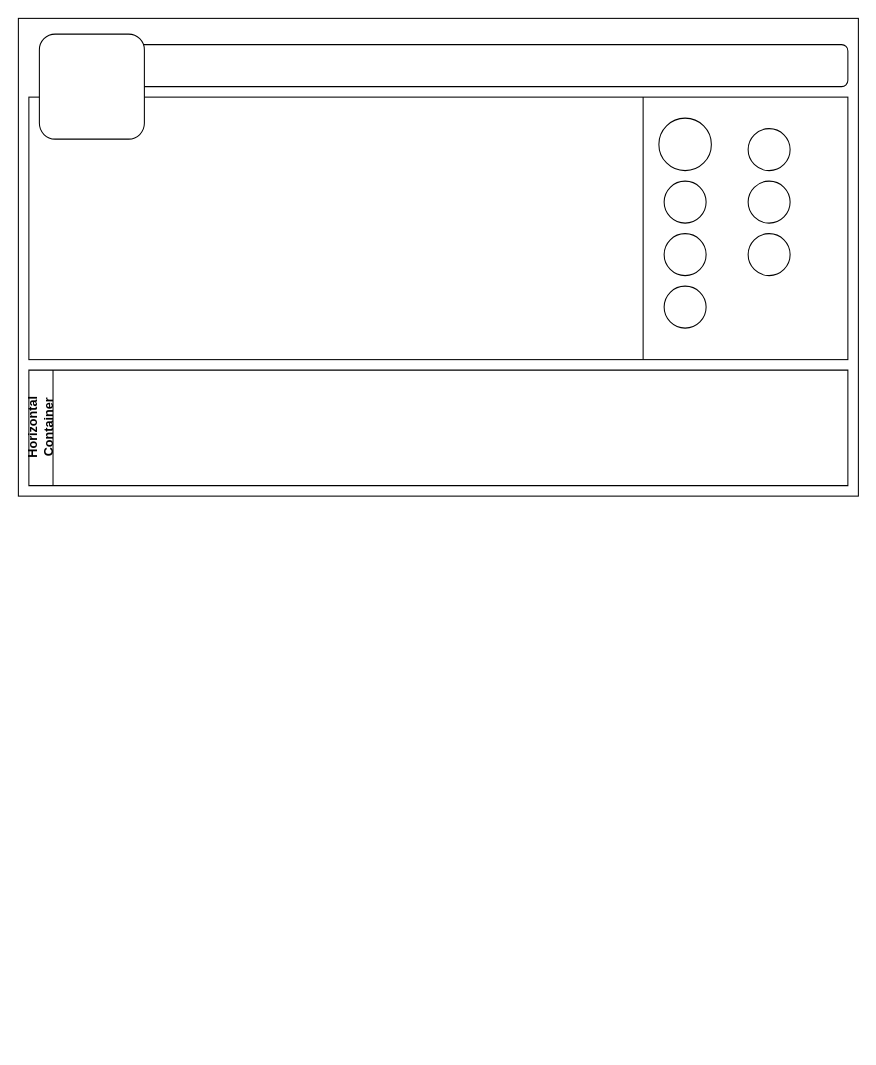
This is Infograph_template.drawio from popados/01_diagrams, a draw.io file, before an edit. Source tidied: cells renumbered, new cells numbered last; positions are measured from the earlier drawing's top-left corner, leaving out a move shared by most shapes. Both pictures are drawn from the tidied source at 105%, with x=0, y=0 at pixel (18, 18).
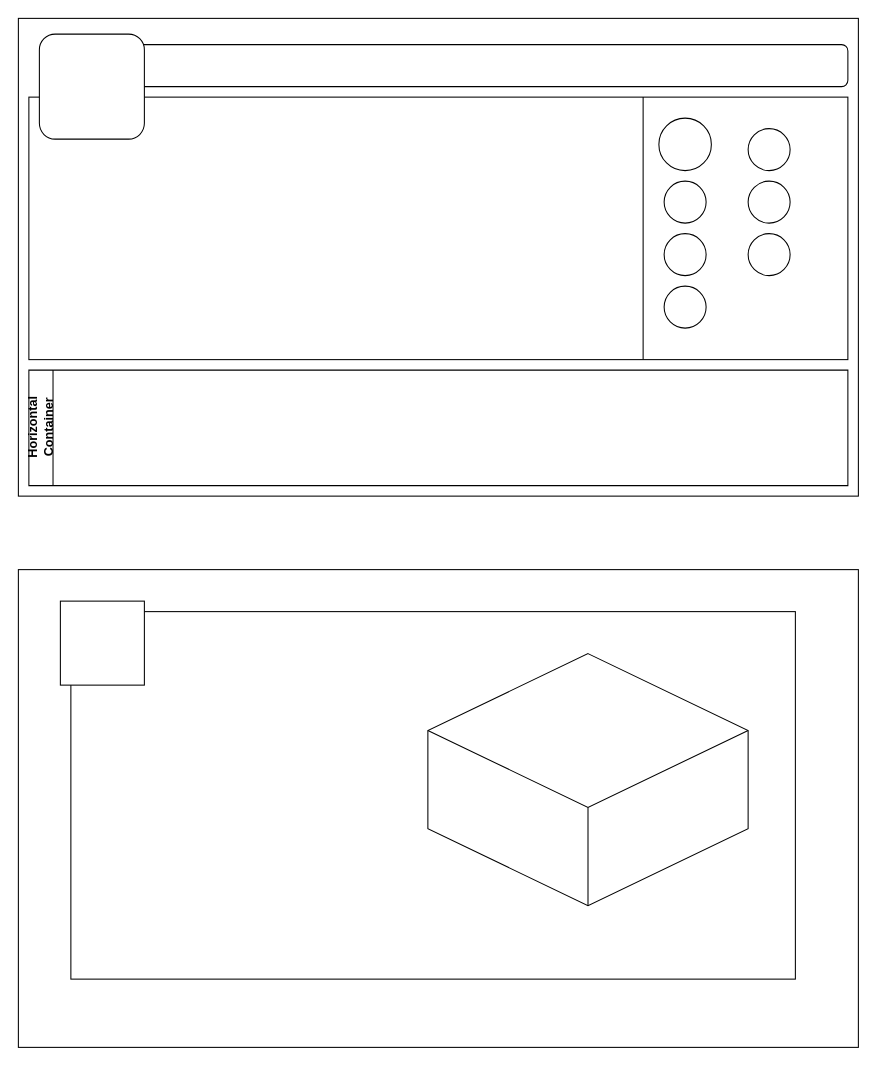
Above is the later version.

Change to the diagram source:
```diff
@@
 <mxGraphModel>
   <root>
     <mxCell id="0" />
     <mxCell id="1" parent="0" />
     <mxCell id="2" style="rounded=0;whiteSpace=wrap;html=1;" parent="1" vertex="1">
       <mxGeometry width="800" height="455" as="geometry" />
     </mxCell>
     <mxCell id="3" style="rounded=0;whiteSpace=wrap;html=1;" parent="1" vertex="1">
       <mxGeometry x="10" y="75" width="780" height="250" as="geometry" />
     </mxCell>
     <mxCell id="4" style="rounded=1;whiteSpace=wrap;html=1;" parent="1" vertex="1">
       <mxGeometry x="50" y="25" width="740" height="40" as="geometry" />
     </mxCell>
     <mxCell id="5" value="Horizontal Container" style="swimlane;horizontal=0;whiteSpace=wrap;html=1;" parent="1" vertex="1">
       <mxGeometry x="10" y="335" width="780" height="110" as="geometry" />
     </mxCell>
     <mxCell id="6" style="rounded=1;whiteSpace=wrap;html=1;" parent="1" vertex="1">
       <mxGeometry x="20" y="15" width="100" height="100" as="geometry" />
     </mxCell>
     <mxCell id="7" style="ellipse;whiteSpace=wrap;html=1;" parent="1" vertex="1">
       <mxGeometry x="610" y="95" width="50" height="50" as="geometry" />
     </mxCell>
     <mxCell id="8" style="ellipse;whiteSpace=wrap;html=1;" parent="1" vertex="1">
       <mxGeometry x="615" y="155" width="40" height="40" as="geometry" />
     </mxCell>
     <mxCell id="9" style="ellipse;whiteSpace=wrap;html=1;" parent="1" vertex="1">
       <mxGeometry x="615" y="205" width="40" height="40" as="geometry" />
     </mxCell>
     <mxCell id="10" style="ellipse;whiteSpace=wrap;html=1;" parent="1" vertex="1">
       <mxGeometry x="615" y="255" width="40" height="40" as="geometry" />
     </mxCell>
     <mxCell id="11" style="ellipse;whiteSpace=wrap;html=1;" parent="1" vertex="1">
       <mxGeometry x="695" y="105" width="40" height="40" as="geometry" />
     </mxCell>
     <mxCell id="12" style="ellipse;whiteSpace=wrap;html=1;" parent="1" vertex="1">
       <mxGeometry x="695" y="155" width="40" height="40" as="geometry" />
     </mxCell>
     <mxCell id="13" style="ellipse;whiteSpace=wrap;html=1;" parent="1" vertex="1">
       <mxGeometry x="695" y="205" width="40" height="40" as="geometry" />
     </mxCell>
     <mxCell id="14" style="endArrow=none;html=1;rounded=0;entryX=0.75;entryY=0;entryDx=0;entryDy=0;exitX=0.75;exitY=1;exitDx=0;exitDy=0;" parent="1" edge="1" source="3" target="3">
       <mxGeometry relative="1" as="geometry" />
     </mxCell>
+    <mxCell id="15" style="rounded=0;whiteSpace=wrap;html=1;" parent="1" vertex="1">
+      <mxGeometry y="525" width="800" height="455" as="geometry" />
+    </mxCell>
+    <mxCell id="16" style="rounded=0;whiteSpace=wrap;html=1;" parent="1" vertex="1">
+      <mxGeometry x="50" y="565" width="690" height="350" as="geometry" />
+    </mxCell>
+    <mxCell id="17" style="whiteSpace=wrap;html=1;" parent="1" vertex="1">
+      <mxGeometry x="40" y="555" width="80" height="80" as="geometry" />
+    </mxCell>
+    <mxCell id="18" style="html=1;whiteSpace=wrap;shape=isoCube2;backgroundOutline=1;isoAngle=15;" parent="1" vertex="1">
+      <mxGeometry x="390" y="605" width="305" height="240" as="geometry" />
+    </mxCell>
   </root>
 </mxGraphModel>
```
